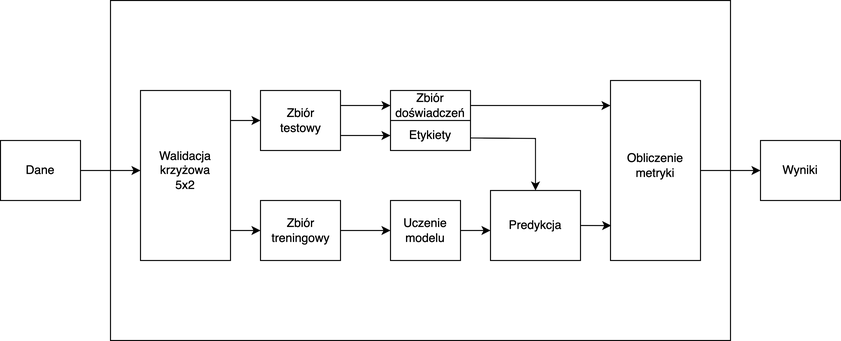
Above: images/Evaluation.png in pawel150199/praca-dyplomowa (draw.io), before the change. Source tidied: cells renumbered, new cells last; positions are measured from the earlier drawing's top-left corner, leaving out a move shared by most shapes.
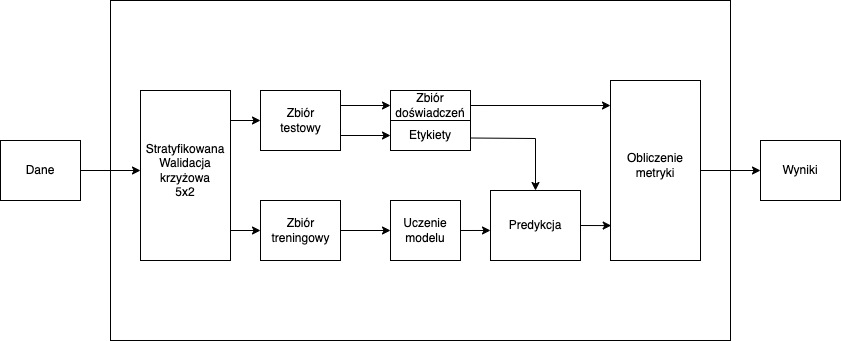
After the change.

Change to the diagram source:
```diff
@@ -14,7 +14,7 @@
     <mxCell id="5" style="rounded=0;whiteSpace=wrap;html=1;" parent="1" vertex="1">
       <mxGeometry x="140" y="90" width="90" height="170" as="geometry" />
     </mxCell>
-    <mxCell id="6" value="Walidacja krzyżowa&lt;br&gt;5x2" style="text;html=1;strokeColor=none;fillColor=none;align=center;verticalAlign=middle;whiteSpace=wrap;rounded=0;" parent="1" vertex="1">
+    <mxCell id="6" value="Stratyfikowana&lt;br&gt;Walidacja krzyżowa&lt;br&gt;5x2" style="text;html=1;strokeColor=none;fillColor=none;align=center;verticalAlign=middle;whiteSpace=wrap;rounded=0;" parent="1" vertex="1">
       <mxGeometry x="145" y="140" width="80" height="60" as="geometry" />
     </mxCell>
     <mxCell id="7" style="rounded=0;whiteSpace=wrap;html=1;" parent="1" vertex="1">
```
